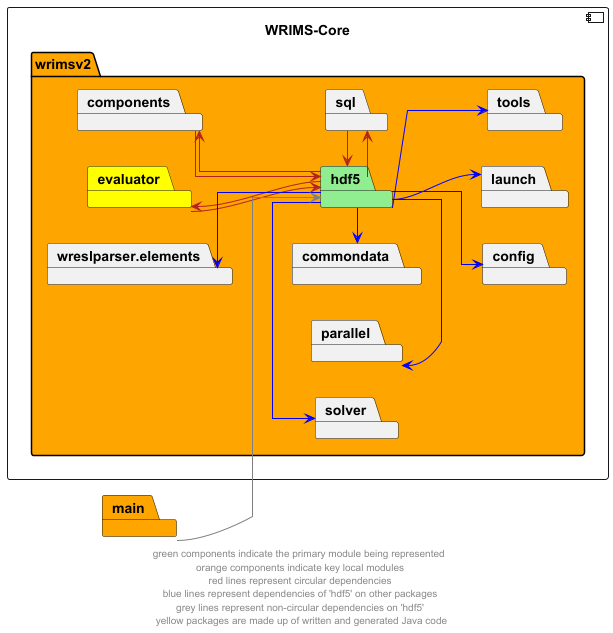
CentralValleyModeling/wrims-engine keeps this PlantUML diagram as docs/diagrams/wrims-core/wrims-core_hdf5.png. Above is the earlier version.
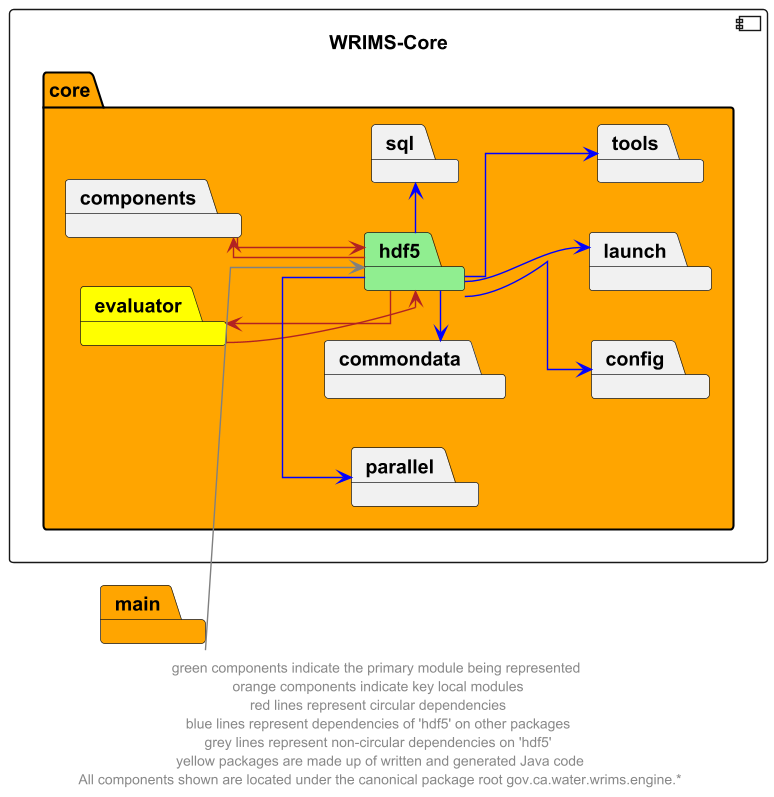
After the commit.

Diff of the diagram source:
```diff
@@ -3,7 +3,7 @@
 skinparam linetype ortho
 
 component wrims_core as "WRIMS-Core" {
-    package wrimsv2 #orange {
+    package core #orange {
         package hdf5 #lightgreen
         package commondata
         package components
@@ -11,9 +11,7 @@
         package evaluator #yellow
         package launch
         package parallel
-        package solver
         package tools
-        package wreslparser.elements
         package sql
     }
 }
@@ -23,18 +21,15 @@
 components -->  hdf5 #firebrick
 hdf5 -left->  evaluator #firebrick
 evaluator -->  hdf5 #firebrick
-sql -left->  hdf5 #firebrick
-hdf5 -right->  sql #firebrick
 
+hdf5 -right->  sql #blue
 hdf5 -l->  commondata #blue
 hdf5 -->  config #blue
 hdf5 -->  launch #blue
 hdf5 -l->  parallel #blue
-hdf5 -l->  solver #blue
 hdf5 -->  tools #blue
-hdf5 -u->  wreslparser.elements #blue
 main --> hdf5 #grey
 
 
-footer "green components indicate the primary module being represented \n orange components indicate key local modules \n red lines represent circular dependencies \n blue lines represent dependencies of 'hdf5' on other packages \n grey lines represent non-circular dependencies on 'hdf5' \n yellow packages are made up of written and generated Java code"
+footer "green components indicate the primary module being represented \n orange components indicate key local modules \n red lines represent circular dependencies \n blue lines represent dependencies of 'hdf5' on other packages \n grey lines represent non-circular dependencies on 'hdf5' \n yellow packages are made up of written and generated Java code\n All components shown are located under the canonical package root gov.ca.water.wrims.engine.*"
 @enduml
```
